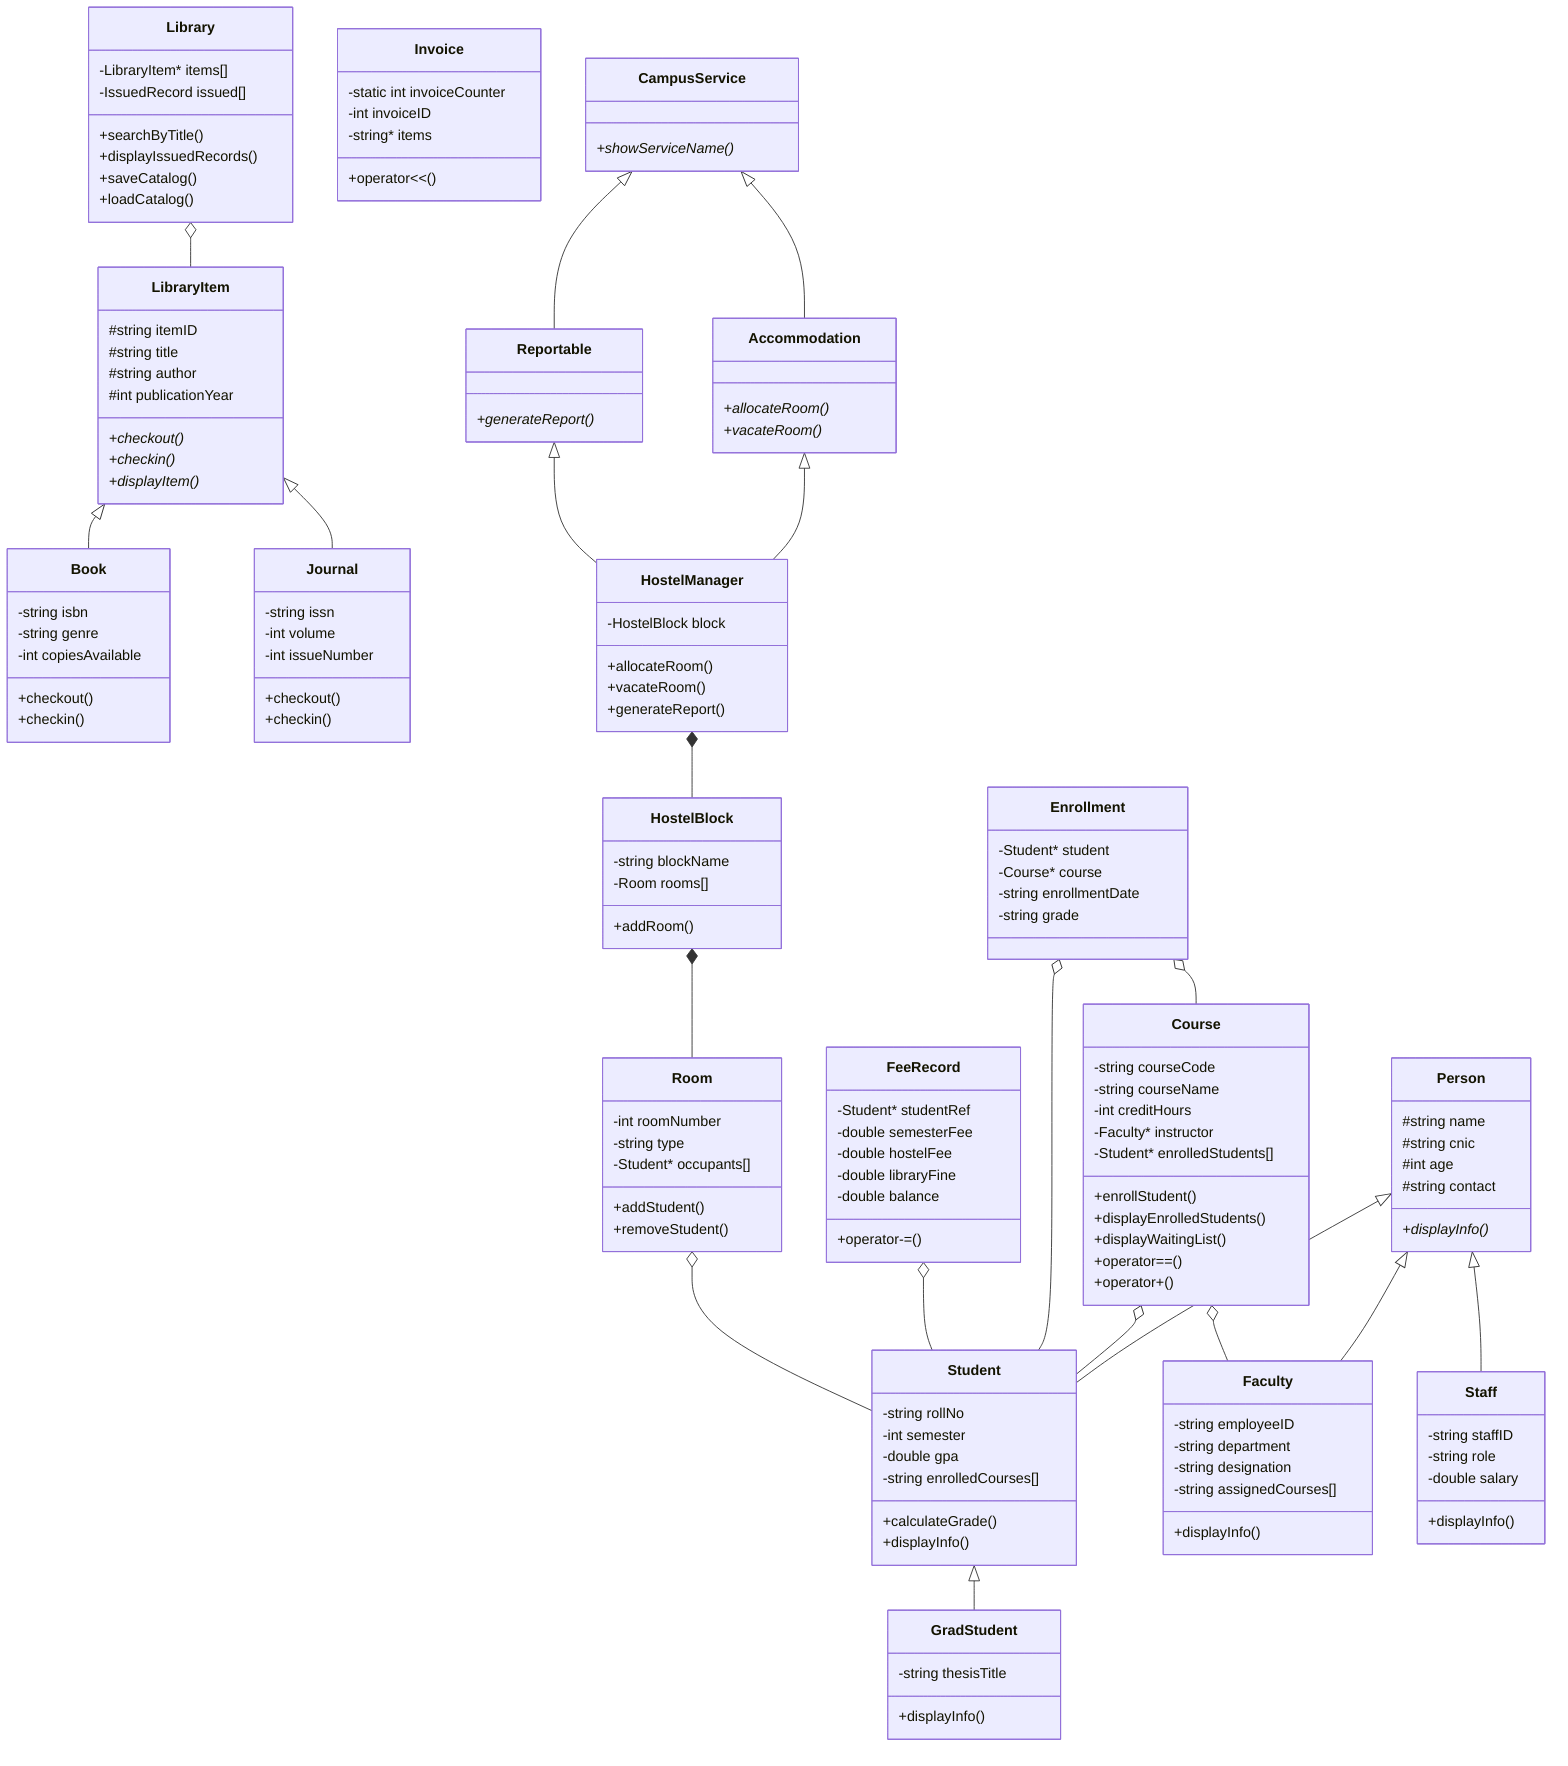
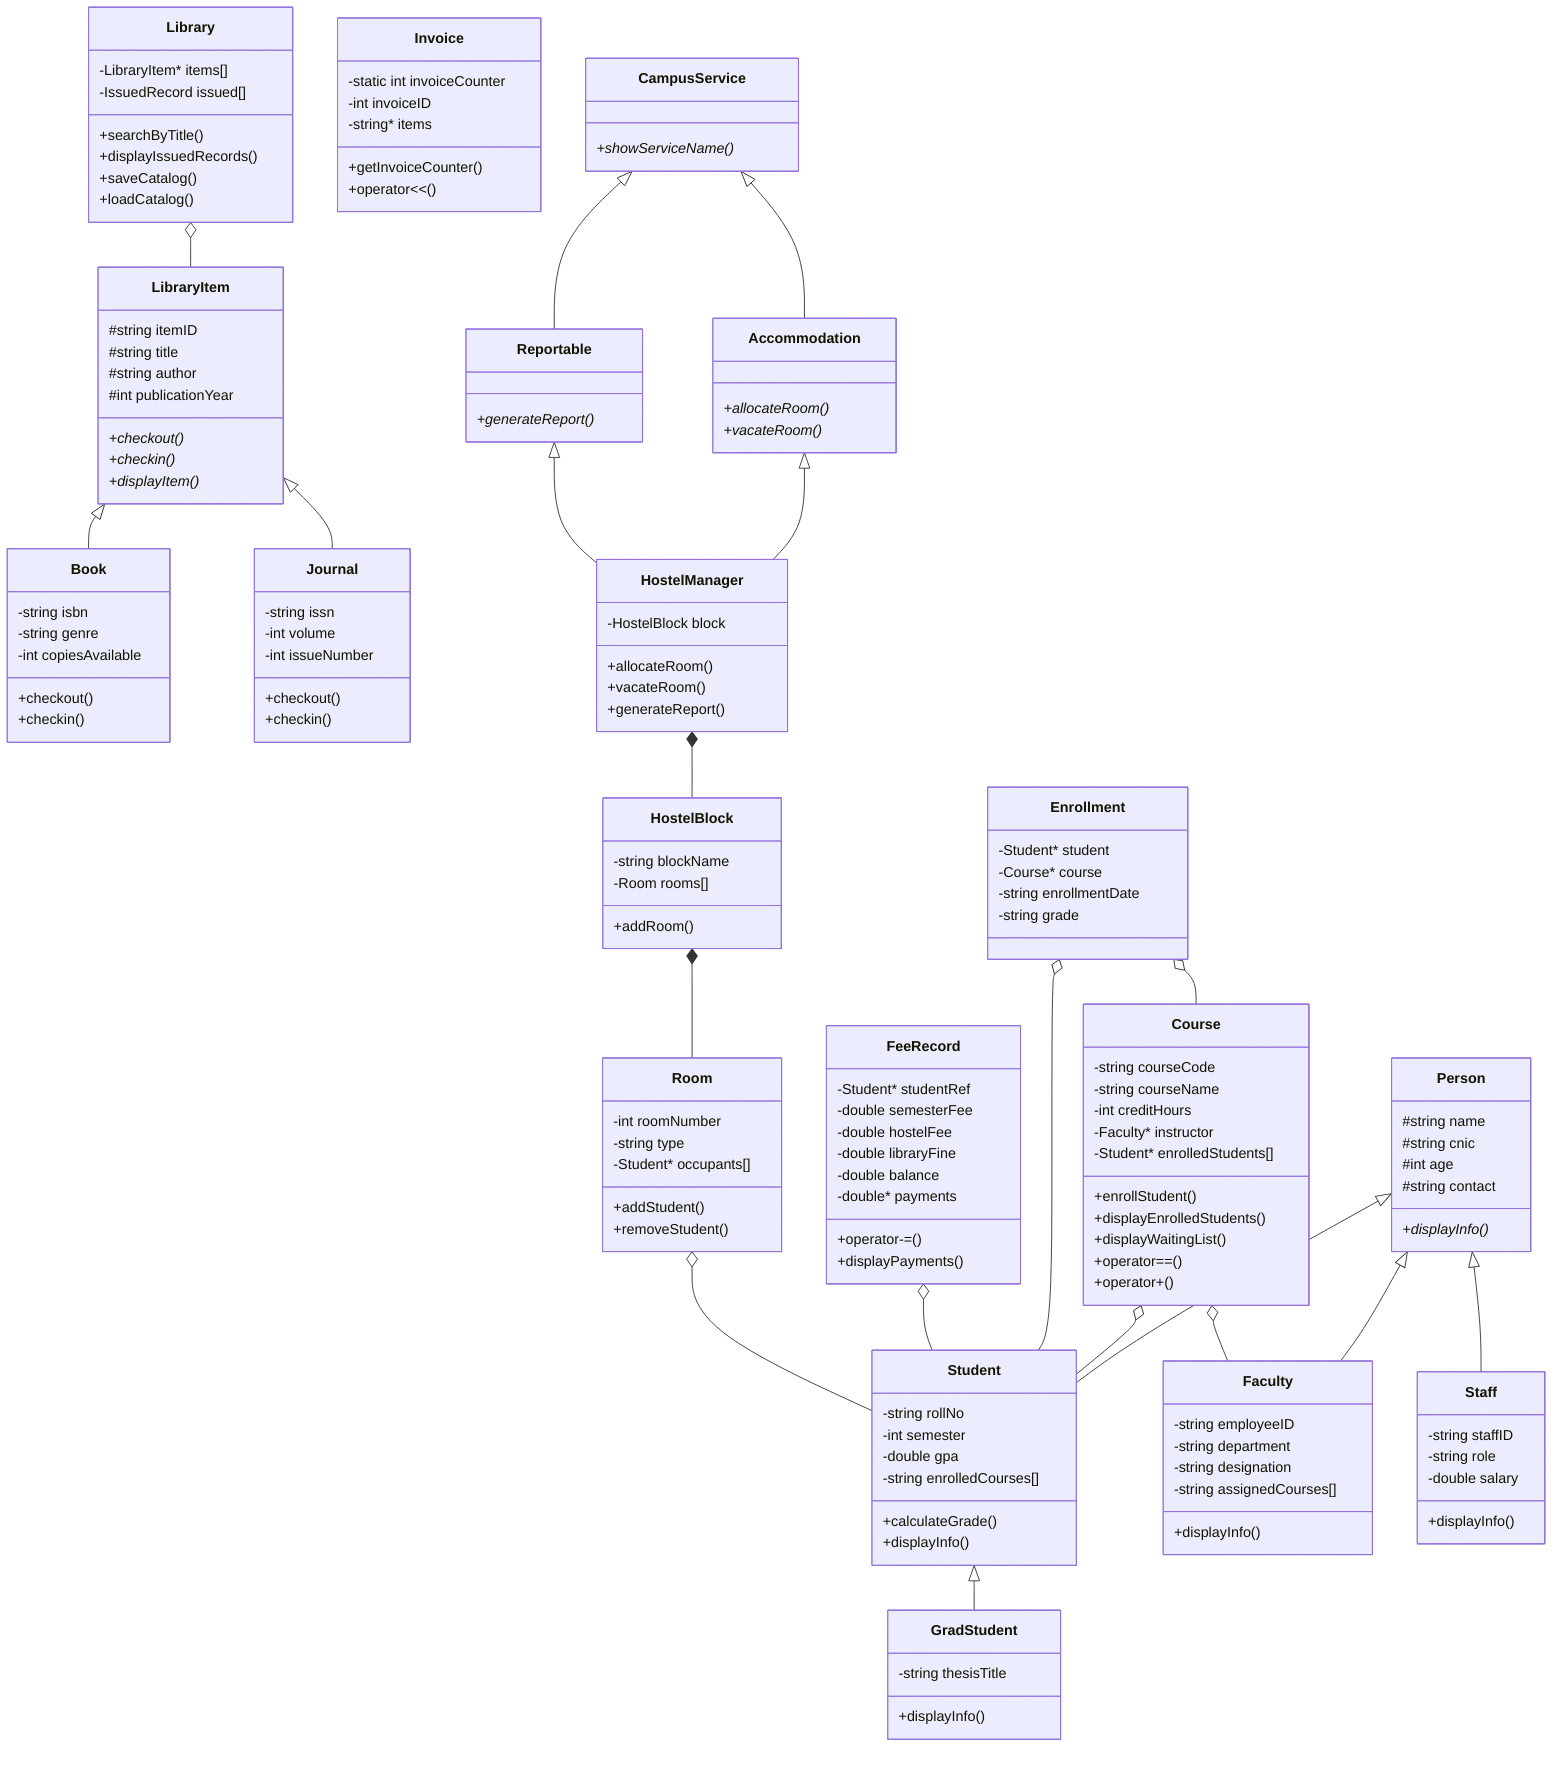
classDiagram
    class Person {
        #string name
        #string cnic
        #int age
        #string contact
        +displayInfo()*
    }

    class Student {
        -string rollNo
        -int semester
        -double gpa
        -string enrolledCourses[]
        +calculateGrade()
        +displayInfo()
    }

    class GradStudent {
        -string thesisTitle
        +displayInfo()
    }

    class Faculty {
        -string employeeID
        -string department
        -string designation
        -string assignedCourses[]
        +displayInfo()
    }

    class Staff {
        -string staffID
        -string role
        -double salary
        +displayInfo()
    }

    class Course {
        -string courseCode
        -string courseName
        -int creditHours
        -Faculty* instructor
        -Student* enrolledStudents[]
        +enrollStudent()
        +displayEnrolledStudents()
        +displayWaitingList()
        +operator==()
        +operator+()
    }

    class Enrollment {
        -Student* student
        -Course* course
        -string enrollmentDate
        -string grade
    }

    class LibraryItem {
        #string itemID
        #string title
        #string author
        #int publicationYear
        +checkout()*
        +checkin()*
        +displayItem()*
    }

    class Book {
        -string isbn
        -string genre
        -int copiesAvailable
        +checkout()
        +checkin()
    }

    class Journal {
        -string issn
        -int volume
        -int issueNumber
        +checkout()
        +checkin()
    }

    class Library {
        -LibraryItem* items[]
        -IssuedRecord issued[]
        +searchByTitle()
        +displayIssuedRecords()
        +saveCatalog()
        +loadCatalog()
    }

    class FeeRecord {
        -Student* studentRef
        -double semesterFee
        -double hostelFee
        -double libraryFine
        -double balance
+         -double* payments
        +operator-=()
+         +displayPayments()
    }

    class Invoice {
        -static int invoiceCounter
        -int invoiceID
        -string* items
+         +getInvoiceCounter()
        +operator<<()
    }

    class CampusService {
        +showServiceName()*
    }

    class Accommodation {
        +allocateRoom()*
        +vacateRoom()*
    }

    class Reportable {
        +generateReport()*
    }

    class Room {
        -int roomNumber
        -string type
        -Student* occupants[]
        +addStudent()
        +removeStudent()
    }

    class HostelBlock {
        -string blockName
        -Room rooms[]
        +addRoom()
    }

    class HostelManager {
        -HostelBlock block
        +allocateRoom()
        +vacateRoom()
        +generateReport()
    }

    Person <|-- Student
    Student <|-- GradStudent
    Person <|-- Faculty
    Person <|-- Staff
    Course o-- Faculty
    Course o-- Student
    Enrollment o-- Student
    Enrollment o-- Course
    LibraryItem <|-- Book
    LibraryItem <|-- Journal
    Library o-- LibraryItem
    FeeRecord o-- Student
    CampusService <|-- Accommodation
    CampusService <|-- Reportable
    Accommodation <|-- HostelManager
    Reportable <|-- HostelManager
    HostelManager *-- HostelBlock
    HostelBlock *-- Room
    Room o-- Student
